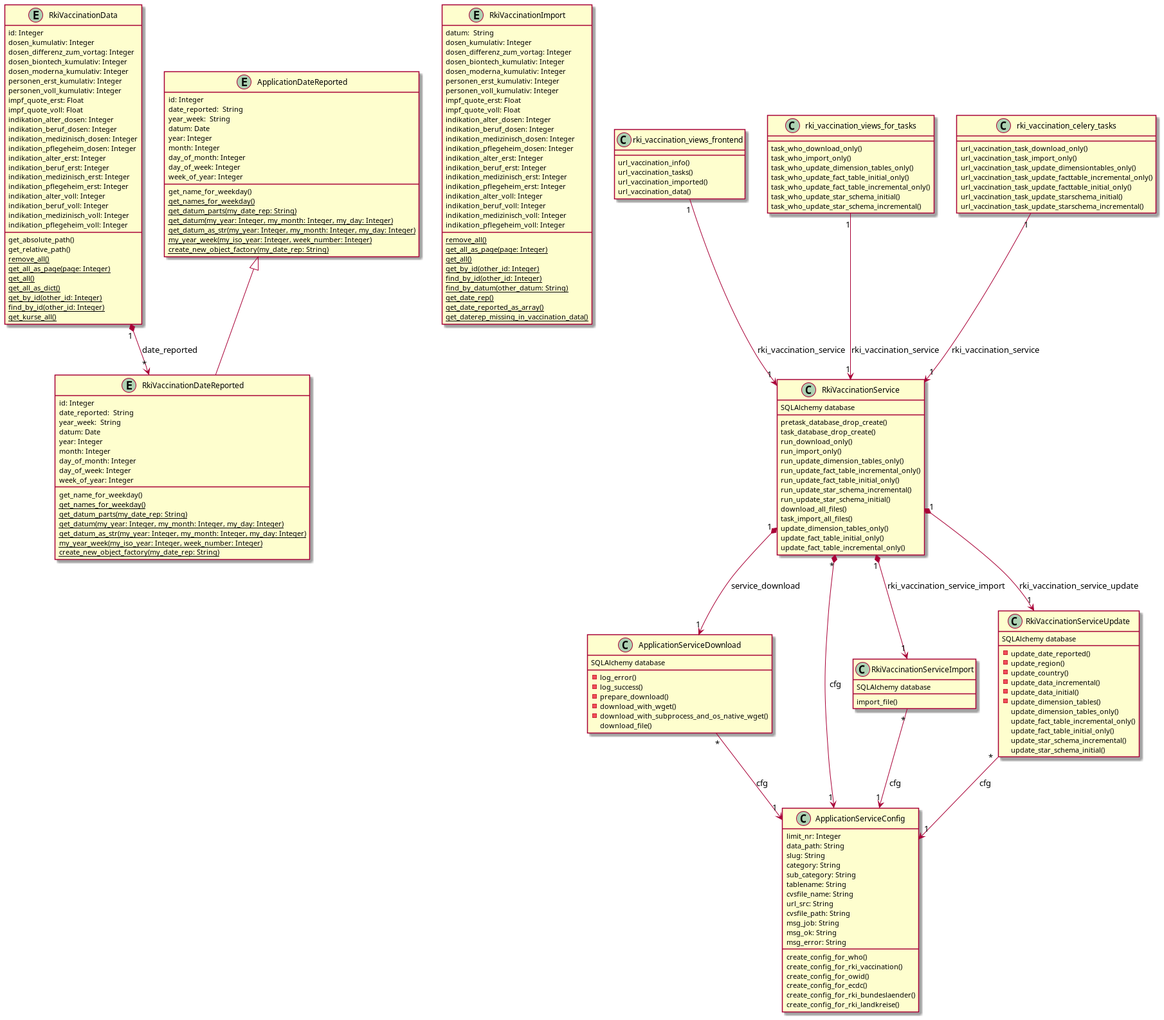
The PlantUML diagram docs/uml_blueprints/rki_vaccination/rki_vaccination_domain_model.png in thomaswoehlke/covid19python, before a commit.
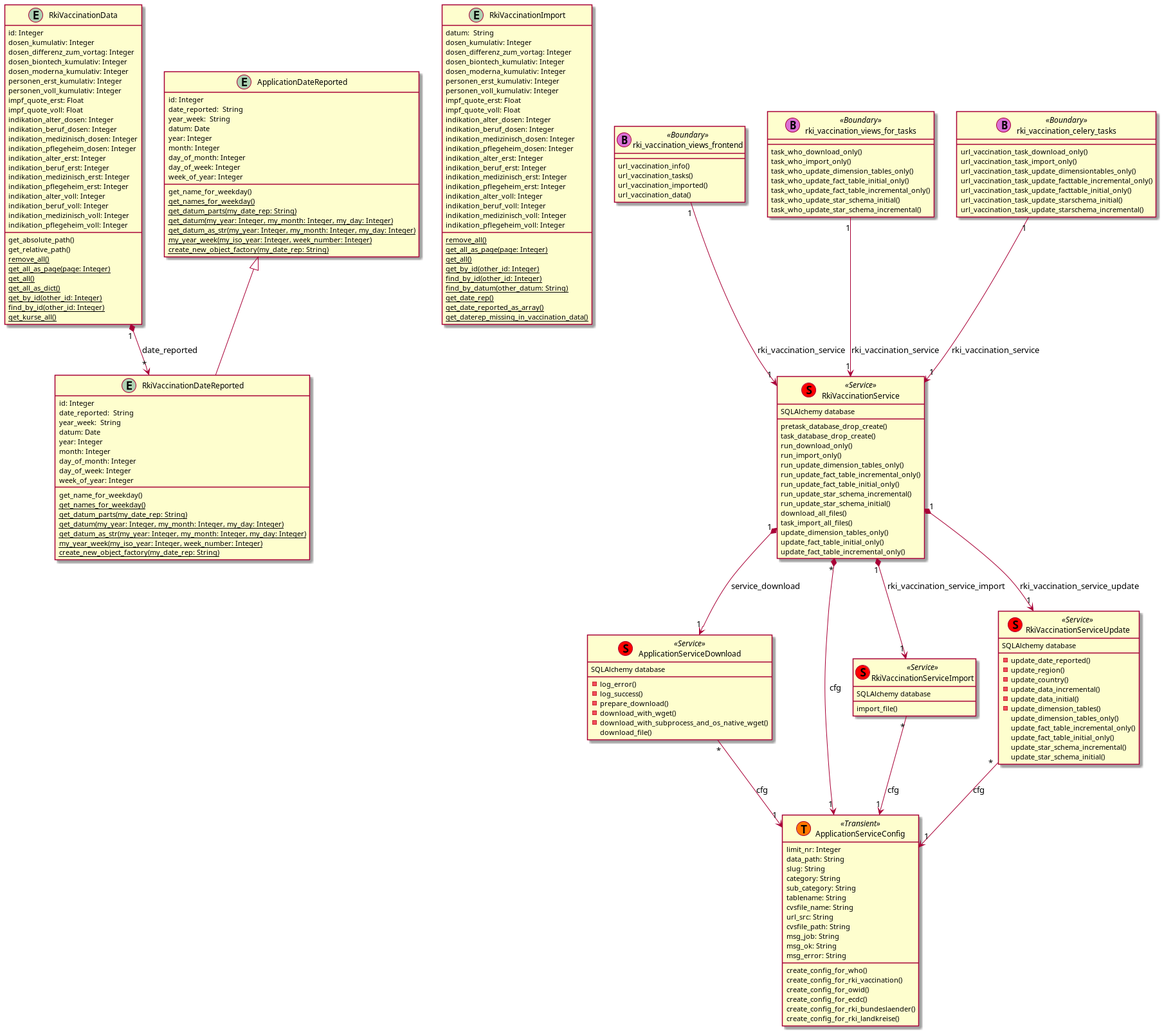
The same file after the commit.

Diff of the diagram source:
```diff
@@ -100,7 +100,7 @@
 	{classifier} my_year_week(my_iso_year: Integer, week_number: Integer)
 	{classifier} create_new_object_factory(my_date_rep: String)
 }
-class ApplicationServiceDownload {
+class ApplicationServiceDownload << (S,red) Service >> {
 	-log_error()
 	-log_success()
 	-prepare_download()
@@ -108,7 +108,7 @@
 	-download_with_subprocess_and_os_native_wget()
 	download_file()
 }
-class ApplicationServiceConfig {
+class ApplicationServiceConfig << (T,#FF7700) Transient >> {
 	limit_nr: Integer
     data_path: String
     slug: String
@@ -128,7 +128,7 @@
 	create_config_for_rki_bundeslaender()
 	create_config_for_rki_landkreise()
 }
-class RkiVaccinationService {
+class RkiVaccinationService << (S,red) Service >> {
     pretask_database_drop_create()
     task_database_drop_create()
     run_download_only()
@@ -144,10 +144,10 @@
     update_fact_table_initial_only()
     update_fact_table_incremental_only()
 }
-class RkiVaccinationServiceImport {
+class RkiVaccinationServiceImport << (S,red) Service >> {
     import_file()
 }
-class RkiVaccinationServiceUpdate {
+class RkiVaccinationServiceUpdate << (S,red) Service >> {
     -update_date_reported()
     -update_region()
     -update_country()
@@ -160,13 +160,13 @@
     update_star_schema_incremental()
     update_star_schema_initial()
 }
-class rki_vaccination_views_frontend {
+class rki_vaccination_views_frontend << (B,orchid) Boundary >> {
 	url_vaccination_info()
 	url_vaccination_tasks()
 	url_vaccination_imported()
 	url_vaccination_data()
 }
-class rki_vaccination_views_for_tasks {
+class rki_vaccination_views_for_tasks << (B,orchid) Boundary >> {
 	task_who_download_only()
 	task_who_import_only()
 	task_who_update_dimension_tables_only()
@@ -175,7 +175,7 @@
 	task_who_update_star_schema_initial()
 	task_who_update_star_schema_incremental()
 }
-class rki_vaccination_celery_tasks {
+class rki_vaccination_celery_tasks << (B,orchid) Boundary >> {
 	url_vaccination_task_download_only()
 	url_vaccination_task_import_only()
 	url_vaccination_task_update_dimensiontables_only()
```
